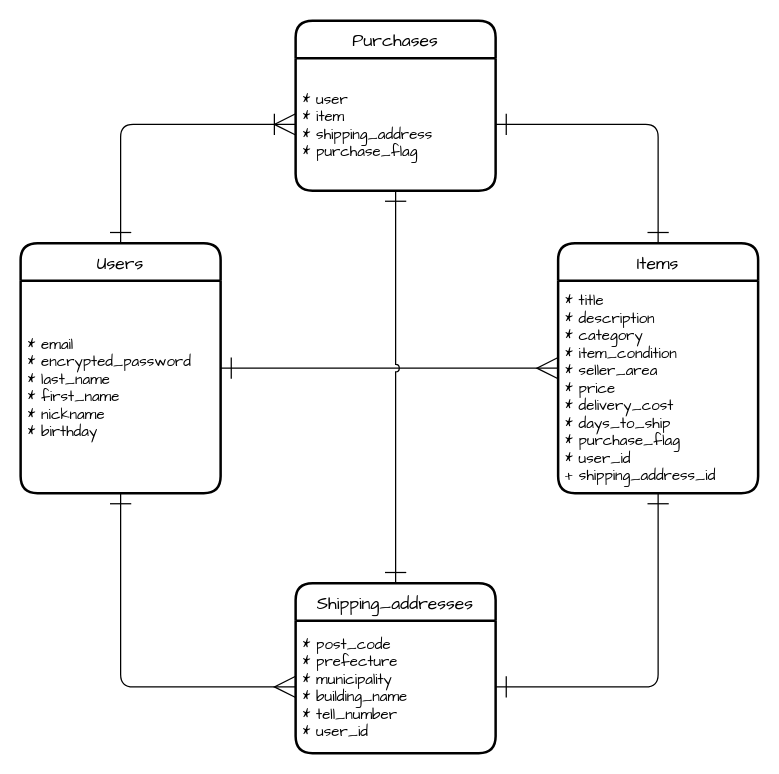
Earlier version of the draw.io diagram er.dio (h-ucchi/furima-37078). Source tidied: cells renumbered, new cells numbered last; positions are measured from the earlier drawing's top-left corner, leaving out a move shared by most shapes. Both pictures are drawn from the tidied source at 125%, with x=0, y=0 at pixel (20, 20).
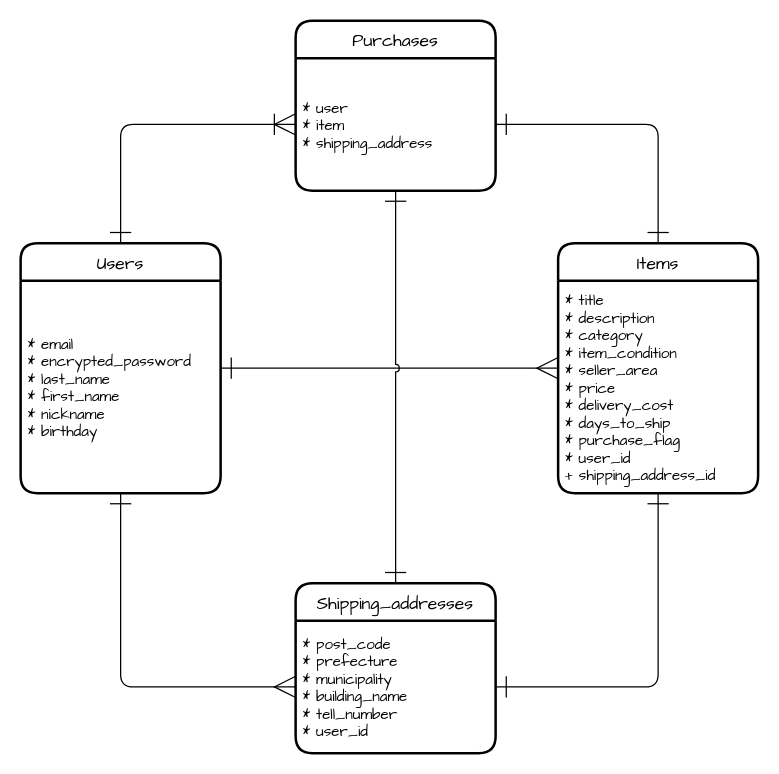
Above is the later version.

The change refers to these unchanged cells:
```xml
<mxCell id="13" value="Purchases" style="swimlane;horizontal=1;startSize=30;rounded=1;fontSize=14;fontStyle=0;strokeWidth=2;shadow=0;dashed=0;align=center;fontFamily=Comic Sans MS;" parent="1" vertex="1">
  <mxGeometry x="220" width="160" height="136" as="geometry" />
</mxCell>
```

The edit, as a diff of the source:
```diff
@@
-    <mxCell id="14" value="* user&#10;* item&#10;* shipping_address&#10;* purchase_flag" style="align=left;strokeColor=none;fillColor=none;spacingLeft=4;fontSize=12;verticalAlign=middle;fontFamily=Comic Sans MS;rounded=0;glass=0;horizontal=1;" parent="13" vertex="1">
+    <mxCell id="14" value="* user&#10;* item&#10;* shipping_address" style="align=left;strokeColor=none;fillColor=none;spacingLeft=4;fontSize=12;verticalAlign=middle;fontFamily=Comic Sans MS;rounded=0;glass=0;horizontal=1;" parent="13" vertex="1">
       <mxGeometry y="30" width="160" height="106" as="geometry" />
     </mxCell>
```
